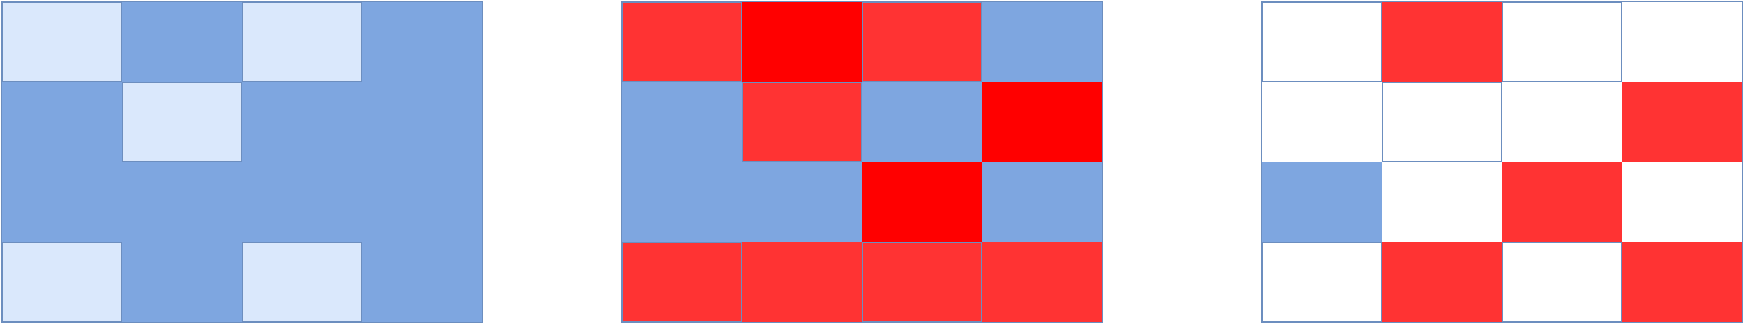
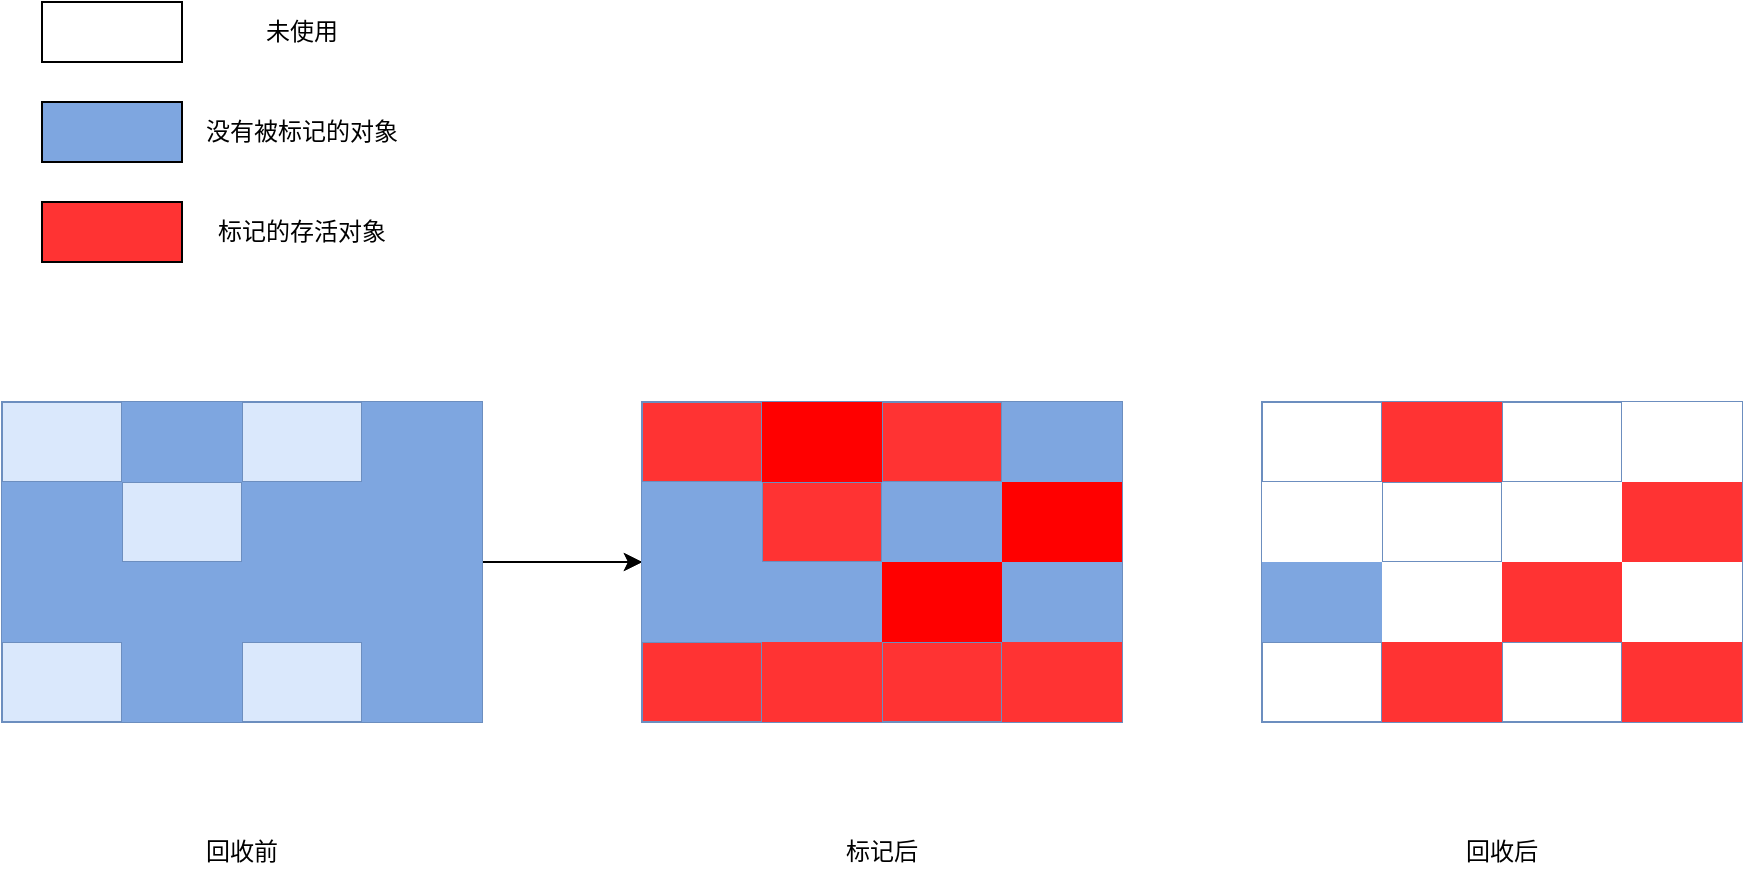
<mxfile host="app.diagrams.net">
  <diagram name="第 1 页" id="KjwoS0nl-4T4S8qi5VqI">
    <mxGraphModel dx="1022" dy="564" grid="1" gridSize="10" guides="1" tooltips="1" connect="1" arrows="1" fold="1" page="1" pageScale="1" pageWidth="2339" pageHeight="3300" math="0" shadow="0">
      <root>
        <mxCell id="0" />
        <mxCell id="1" parent="0" />
-         <mxCell id="a1P1gnmAWIE9Nsn7RV_F-14" parent="1" style="shape=table;startSize=0;container=1;collapsible=0;childLayout=tableLayout;fixedHeader=1;fillColor=#dae8fc;strokeColor=#6c8ebf;" value="" vertex="1">
-           <mxGeometry height="160" width="240" x="70" y="140" as="geometry" />
+         <mxCell id="xHLp9EJjgWM7njGDPcVA-3" edge="1" parent="1" source="a1P1gnmAWIE9Nsn7RV_F-14" style="edgeStyle=orthogonalEdgeStyle;rounded=0;orthogonalLoop=1;jettySize=auto;html=1;" target="xHLp9EJjgWM7njGDPcVA-2" value="">
+           <mxGeometry relative="1" as="geometry" />
+         </mxCell>
+         <mxCell id="xHLp9EJjgWM7njGDPcVA-5" edge="1" parent="1" source="a1P1gnmAWIE9Nsn7RV_F-14" style="edgeStyle=orthogonalEdgeStyle;rounded=0;orthogonalLoop=1;jettySize=auto;html=1;" target="xHLp9EJjgWM7njGDPcVA-4" value="">
+           <mxGeometry relative="1" as="geometry" />
+         </mxCell>
+         <mxCell id="xHLp9EJjgWM7njGDPcVA-7" edge="1" parent="1" source="a1P1gnmAWIE9Nsn7RV_F-14" style="edgeStyle=orthogonalEdgeStyle;rounded=0;orthogonalLoop=1;jettySize=auto;html=1;" target="xHLp9EJjgWM7njGDPcVA-6" value="">
+           <mxGeometry relative="1" as="geometry" />
+         </mxCell>
+         <mxCell id="a1P1gnmAWIE9Nsn7RV_F-14" parent="1" style="shape=table;startSize=0;container=1;collapsible=0;childLayout=tableLayout;fixedHeader=1;fillColor=#dae8fc;strokeColor=#6c8ebf;gradientColor=none;" value="" vertex="1">
+           <mxGeometry height="160" width="240" x="70" y="250" as="geometry" />
        </mxCell>
        <mxCell id="a1P1gnmAWIE9Nsn7RV_F-15" parent="a1P1gnmAWIE9Nsn7RV_F-14" style="shape=tableRow;horizontal=0;startSize=0;swimlaneHead=0;swimlaneBody=0;strokeColor=inherit;top=0;left=0;bottom=0;right=0;collapsible=0;dropTarget=0;fillColor=none;points=[[0,0.5],[1,0.5]];portConstraint=eastwest;fixedHeader=1;" value="" vertex="1">
          <mxGeometry height="40" width="240" as="geometry" />
        </mxCell>
        <mxCell id="a1P1gnmAWIE9Nsn7RV_F-16" parent="a1P1gnmAWIE9Nsn7RV_F-15" style="shape=partialRectangle;html=1;whiteSpace=wrap;connectable=0;strokeColor=inherit;overflow=hidden;fillColor=none;top=0;left=0;bottom=0;right=0;pointerEvents=1;" value="" vertex="1">
          <mxGeometry height="40" width="60" as="geometry">
            <mxRectangle height="40" width="60" as="alternateBounds" />
          </mxGeometry>
        </mxCell>
        <mxCell id="a1P1gnmAWIE9Nsn7RV_F-17" parent="a1P1gnmAWIE9Nsn7RV_F-15" style="shape=partialRectangle;html=1;whiteSpace=wrap;connectable=0;strokeColor=inherit;overflow=hidden;fillColor=#7EA6E0;top=0;left=0;bottom=0;right=0;pointerEvents=1;" value="" vertex="1">
          <mxGeometry height="40" width="60" x="60" as="geometry">
            <mxRectangle height="40" width="60" as="alternateBounds" />
          </mxGeometry>
        </mxCell>
        <mxCell id="a1P1gnmAWIE9Nsn7RV_F-18" parent="a1P1gnmAWIE9Nsn7RV_F-15" style="shape=partialRectangle;html=1;whiteSpace=wrap;connectable=0;strokeColor=inherit;overflow=hidden;fillColor=none;top=0;left=0;bottom=0;right=0;pointerEvents=1;" value="" vertex="1">
          <mxGeometry height="40" width="60" x="120" as="geometry">
            <mxRectangle height="40" width="60" as="alternateBounds" />
          </mxGeometry>
        </mxCell>
        <mxCell id="a1P1gnmAWIE9Nsn7RV_F-19" parent="a1P1gnmAWIE9Nsn7RV_F-15" style="shape=partialRectangle;html=1;whiteSpace=wrap;connectable=0;strokeColor=inherit;overflow=hidden;fillColor=#7EA6E0;top=0;left=0;bottom=0;right=0;pointerEvents=1;" value="" vertex="1">
          <mxGeometry height="40" width="60" x="180" as="geometry">
            <mxRectangle height="40" width="60" as="alternateBounds" />
          </mxGeometry>
        </mxCell>
        <mxCell id="a1P1gnmAWIE9Nsn7RV_F-20" parent="a1P1gnmAWIE9Nsn7RV_F-14" style="shape=tableRow;horizontal=0;startSize=0;swimlaneHead=0;swimlaneBody=0;strokeColor=inherit;top=0;left=0;bottom=0;right=0;collapsible=0;dropTarget=0;fillColor=none;points=[[0,0.5],[1,0.5]];portConstraint=eastwest;fixedHeader=1;" value="" vertex="1">
          <mxGeometry height="40" width="240" y="40" as="geometry" />
        </mxCell>
        <mxCell id="a1P1gnmAWIE9Nsn7RV_F-21" parent="a1P1gnmAWIE9Nsn7RV_F-20" style="shape=partialRectangle;html=1;whiteSpace=wrap;connectable=0;strokeColor=inherit;overflow=hidden;fillColor=#7EA6E0;top=0;left=0;bottom=0;right=0;pointerEvents=1;" value="" vertex="1">
          <mxGeometry height="40" width="60" as="geometry">
            <mxRectangle height="40" width="60" as="alternateBounds" />
          </mxGeometry>
        </mxCell>
        <mxCell id="a1P1gnmAWIE9Nsn7RV_F-22" parent="a1P1gnmAWIE9Nsn7RV_F-20" style="shape=partialRectangle;html=1;whiteSpace=wrap;connectable=0;strokeColor=inherit;overflow=hidden;fillColor=none;top=0;left=0;bottom=0;right=0;pointerEvents=1;" value="" vertex="1">
          <mxGeometry height="40" width="60" x="60" as="geometry">
            <mxRectangle height="40" width="60" as="alternateBounds" />
          </mxGeometry>
        </mxCell>
        <mxCell id="a1P1gnmAWIE9Nsn7RV_F-23" parent="a1P1gnmAWIE9Nsn7RV_F-20" style="shape=partialRectangle;html=1;whiteSpace=wrap;connectable=0;strokeColor=inherit;overflow=hidden;fillColor=#7EA6E0;top=0;left=0;bottom=0;right=0;pointerEvents=1;" value="" vertex="1">
          <mxGeometry height="40" width="60" x="120" as="geometry">
            <mxRectangle height="40" width="60" as="alternateBounds" />
          </mxGeometry>
        </mxCell>
        <mxCell id="a1P1gnmAWIE9Nsn7RV_F-24" parent="a1P1gnmAWIE9Nsn7RV_F-20" style="shape=partialRectangle;html=1;whiteSpace=wrap;connectable=0;strokeColor=inherit;overflow=hidden;fillColor=#7EA6E0;top=0;left=0;bottom=0;right=0;pointerEvents=1;" value="" vertex="1">
          <mxGeometry height="40" width="60" x="180" as="geometry">
            <mxRectangle height="40" width="60" as="alternateBounds" />
          </mxGeometry>
        </mxCell>
        <mxCell id="a1P1gnmAWIE9Nsn7RV_F-25" parent="a1P1gnmAWIE9Nsn7RV_F-14" style="shape=tableRow;horizontal=0;startSize=0;swimlaneHead=0;swimlaneBody=0;strokeColor=inherit;top=0;left=0;bottom=0;right=0;collapsible=0;dropTarget=0;fillColor=#7EA6E0;points=[[0,0.5],[1,0.5]];portConstraint=eastwest;fixedHeader=1;" value="" vertex="1">
          <mxGeometry height="40" width="240" y="80" as="geometry" />
        </mxCell>
        <mxCell id="a1P1gnmAWIE9Nsn7RV_F-26" parent="a1P1gnmAWIE9Nsn7RV_F-25" style="shape=partialRectangle;html=1;whiteSpace=wrap;connectable=0;strokeColor=inherit;overflow=hidden;fillColor=none;top=0;left=0;bottom=0;right=0;pointerEvents=1;" value="" vertex="1">
          <mxGeometry height="40" width="60" as="geometry">
            <mxRectangle height="40" width="60" as="alternateBounds" />
          </mxGeometry>
        </mxCell>
        <mxCell id="a1P1gnmAWIE9Nsn7RV_F-27" parent="a1P1gnmAWIE9Nsn7RV_F-25" style="shape=partialRectangle;html=1;whiteSpace=wrap;connectable=0;strokeColor=inherit;overflow=hidden;fillColor=#7EA6E0;top=0;left=0;bottom=0;right=0;pointerEvents=1;" value="" vertex="1">
          <mxGeometry height="40" width="60" x="60" as="geometry">
            <mxRectangle height="40" width="60" as="alternateBounds" />
          </mxGeometry>
        </mxCell>
        <mxCell id="a1P1gnmAWIE9Nsn7RV_F-28" parent="a1P1gnmAWIE9Nsn7RV_F-25" style="shape=partialRectangle;html=1;whiteSpace=wrap;connectable=0;strokeColor=inherit;overflow=hidden;fillColor=#7EA6E0;top=0;left=0;bottom=0;right=0;pointerEvents=1;" value="" vertex="1">
          <mxGeometry height="40" width="60" x="120" as="geometry">
            <mxRectangle height="40" width="60" as="alternateBounds" />
          </mxGeometry>
        </mxCell>
        <mxCell id="a1P1gnmAWIE9Nsn7RV_F-29" parent="a1P1gnmAWIE9Nsn7RV_F-25" style="shape=partialRectangle;html=1;whiteSpace=wrap;connectable=0;strokeColor=inherit;overflow=hidden;fillColor=#7EA6E0;top=0;left=0;bottom=0;right=0;pointerEvents=1;" value="" vertex="1">
          <mxGeometry height="40" width="60" x="180" as="geometry">
            <mxRectangle height="40" width="60" as="alternateBounds" />
          </mxGeometry>
        </mxCell>
        <mxCell id="a1P1gnmAWIE9Nsn7RV_F-30" parent="a1P1gnmAWIE9Nsn7RV_F-14" style="shape=tableRow;horizontal=0;startSize=0;swimlaneHead=0;swimlaneBody=0;strokeColor=inherit;top=0;left=0;bottom=0;right=0;collapsible=0;dropTarget=0;fillColor=none;points=[[0,0.5],[1,0.5]];portConstraint=eastwest;fixedHeader=1;" value="" vertex="1">
          <mxGeometry height="40" width="240" y="120" as="geometry" />
        </mxCell>
        <mxCell id="a1P1gnmAWIE9Nsn7RV_F-31" parent="a1P1gnmAWIE9Nsn7RV_F-30" style="shape=partialRectangle;html=1;whiteSpace=wrap;connectable=0;strokeColor=inherit;overflow=hidden;fillColor=none;top=0;left=0;bottom=0;right=0;pointerEvents=1;" value="" vertex="1">
          <mxGeometry height="40" width="60" as="geometry">
            <mxRectangle height="40" width="60" as="alternateBounds" />
          </mxGeometry>
        </mxCell>
        <mxCell id="a1P1gnmAWIE9Nsn7RV_F-32" parent="a1P1gnmAWIE9Nsn7RV_F-30" style="shape=partialRectangle;html=1;whiteSpace=wrap;connectable=0;strokeColor=inherit;overflow=hidden;fillColor=#7EA6E0;top=0;left=0;bottom=0;right=0;pointerEvents=1;" value="" vertex="1">
          <mxGeometry height="40" width="60" x="60" as="geometry">
            <mxRectangle height="40" width="60" as="alternateBounds" />
          </mxGeometry>
        </mxCell>
        <mxCell id="a1P1gnmAWIE9Nsn7RV_F-33" parent="a1P1gnmAWIE9Nsn7RV_F-30" style="shape=partialRectangle;html=1;whiteSpace=wrap;connectable=0;strokeColor=inherit;overflow=hidden;fillColor=none;top=0;left=0;bottom=0;right=0;pointerEvents=1;" value="" vertex="1">
          <mxGeometry height="40" width="60" x="120" as="geometry">
            <mxRectangle height="40" width="60" as="alternateBounds" />
          </mxGeometry>
        </mxCell>
        <mxCell id="a1P1gnmAWIE9Nsn7RV_F-34" parent="a1P1gnmAWIE9Nsn7RV_F-30" style="shape=partialRectangle;html=1;whiteSpace=wrap;connectable=0;strokeColor=inherit;overflow=hidden;fillColor=#7EA6E0;top=0;left=0;bottom=0;right=0;pointerEvents=1;" value="" vertex="1">
          <mxGeometry height="40" width="60" x="180" as="geometry">
            <mxRectangle height="40" width="60" as="alternateBounds" />
          </mxGeometry>
        </mxCell>
        <mxCell id="a1P1gnmAWIE9Nsn7RV_F-35" parent="1" style="shape=table;startSize=0;container=1;collapsible=0;childLayout=tableLayout;fixedHeader=1;fillColor=#FF3333;strokeColor=#6c8ebf;" value="" vertex="1">
-           <mxGeometry height="160" width="240" x="380" y="140" as="geometry" />
+           <mxGeometry height="160" width="240" x="390" y="250" as="geometry" />
        </mxCell>
        <mxCell id="a1P1gnmAWIE9Nsn7RV_F-36" parent="a1P1gnmAWIE9Nsn7RV_F-35" style="shape=tableRow;horizontal=0;startSize=0;swimlaneHead=0;swimlaneBody=0;strokeColor=inherit;top=0;left=0;bottom=0;right=0;collapsible=0;dropTarget=0;fillColor=none;points=[[0,0.5],[1,0.5]];portConstraint=eastwest;fixedHeader=1;" value="" vertex="1">
          <mxGeometry height="40" width="240" as="geometry" />
        </mxCell>
        <mxCell id="a1P1gnmAWIE9Nsn7RV_F-37" parent="a1P1gnmAWIE9Nsn7RV_F-36" style="shape=partialRectangle;html=1;whiteSpace=wrap;connectable=0;strokeColor=inherit;overflow=hidden;fillColor=none;top=0;left=0;bottom=0;right=0;pointerEvents=1;" value="" vertex="1">
          <mxGeometry height="40" width="60" as="geometry">
            <mxRectangle height="40" width="60" as="alternateBounds" />
          </mxGeometry>
        </mxCell>
        <mxCell id="a1P1gnmAWIE9Nsn7RV_F-38" parent="a1P1gnmAWIE9Nsn7RV_F-36" style="shape=partialRectangle;html=1;whiteSpace=wrap;connectable=0;strokeColor=inherit;overflow=hidden;fillColor=#FF0000;top=0;left=0;bottom=0;right=0;pointerEvents=1;" value="" vertex="1">
          <mxGeometry height="40" width="60" x="60" as="geometry">
            <mxRectangle height="40" width="60" as="alternateBounds" />
          </mxGeometry>
        </mxCell>
        <mxCell id="a1P1gnmAWIE9Nsn7RV_F-39" parent="a1P1gnmAWIE9Nsn7RV_F-36" style="shape=partialRectangle;html=1;whiteSpace=wrap;connectable=0;strokeColor=inherit;overflow=hidden;fillColor=none;top=0;left=0;bottom=0;right=0;pointerEvents=1;" value="" vertex="1">
          <mxGeometry height="40" width="60" x="120" as="geometry">
            <mxRectangle height="40" width="60" as="alternateBounds" />
          </mxGeometry>
        </mxCell>
        <mxCell id="a1P1gnmAWIE9Nsn7RV_F-40" parent="a1P1gnmAWIE9Nsn7RV_F-36" style="shape=partialRectangle;html=1;whiteSpace=wrap;connectable=0;strokeColor=inherit;overflow=hidden;fillColor=#7EA6E0;top=0;left=0;bottom=0;right=0;pointerEvents=1;" value="" vertex="1">
          <mxGeometry height="40" width="60" x="180" as="geometry">
            <mxRectangle height="40" width="60" as="alternateBounds" />
          </mxGeometry>
        </mxCell>
        <mxCell id="a1P1gnmAWIE9Nsn7RV_F-41" parent="a1P1gnmAWIE9Nsn7RV_F-35" style="shape=tableRow;horizontal=0;startSize=0;swimlaneHead=0;swimlaneBody=0;strokeColor=inherit;top=0;left=0;bottom=0;right=0;collapsible=0;dropTarget=0;fillColor=none;points=[[0,0.5],[1,0.5]];portConstraint=eastwest;fixedHeader=1;" value="" vertex="1">
          <mxGeometry height="40" width="240" y="40" as="geometry" />
        </mxCell>
        <mxCell id="a1P1gnmAWIE9Nsn7RV_F-42" parent="a1P1gnmAWIE9Nsn7RV_F-41" style="shape=partialRectangle;html=1;whiteSpace=wrap;connectable=0;strokeColor=inherit;overflow=hidden;fillColor=#7EA6E0;top=0;left=0;bottom=0;right=0;pointerEvents=1;" value="" vertex="1">
          <mxGeometry height="40" width="60" as="geometry">
            <mxRectangle height="40" width="60" as="alternateBounds" />
          </mxGeometry>
        </mxCell>
        <mxCell id="a1P1gnmAWIE9Nsn7RV_F-43" parent="a1P1gnmAWIE9Nsn7RV_F-41" style="shape=partialRectangle;html=1;whiteSpace=wrap;connectable=0;strokeColor=inherit;overflow=hidden;fillColor=none;top=0;left=0;bottom=0;right=0;pointerEvents=1;" value="" vertex="1">
          <mxGeometry height="40" width="60" x="60" as="geometry">
            <mxRectangle height="40" width="60" as="alternateBounds" />
          </mxGeometry>
        </mxCell>
        <mxCell id="a1P1gnmAWIE9Nsn7RV_F-44" parent="a1P1gnmAWIE9Nsn7RV_F-41" style="shape=partialRectangle;html=1;whiteSpace=wrap;connectable=0;strokeColor=inherit;overflow=hidden;fillColor=#7EA6E0;top=0;left=0;bottom=0;right=0;pointerEvents=1;" value="" vertex="1">
          <mxGeometry height="40" width="60" x="120" as="geometry">
            <mxRectangle height="40" width="60" as="alternateBounds" />
          </mxGeometry>
        </mxCell>
        <mxCell id="a1P1gnmAWIE9Nsn7RV_F-45" parent="a1P1gnmAWIE9Nsn7RV_F-41" style="shape=partialRectangle;html=1;whiteSpace=wrap;connectable=0;strokeColor=inherit;overflow=hidden;fillColor=#FF0000;top=0;left=0;bottom=0;right=0;pointerEvents=1;" value="" vertex="1">
          <mxGeometry height="40" width="60" x="180" as="geometry">
            <mxRectangle height="40" width="60" as="alternateBounds" />
          </mxGeometry>
        </mxCell>
        <mxCell id="a1P1gnmAWIE9Nsn7RV_F-46" parent="a1P1gnmAWIE9Nsn7RV_F-35" style="shape=tableRow;horizontal=0;startSize=0;swimlaneHead=0;swimlaneBody=0;strokeColor=inherit;top=0;left=0;bottom=0;right=0;collapsible=0;dropTarget=0;fillColor=#7EA6E0;points=[[0,0.5],[1,0.5]];portConstraint=eastwest;fixedHeader=1;" value="" vertex="1">
          <mxGeometry height="40" width="240" y="80" as="geometry" />
        </mxCell>
        <mxCell id="a1P1gnmAWIE9Nsn7RV_F-47" parent="a1P1gnmAWIE9Nsn7RV_F-46" style="shape=partialRectangle;html=1;whiteSpace=wrap;connectable=0;strokeColor=inherit;overflow=hidden;fillColor=none;top=0;left=0;bottom=0;right=0;pointerEvents=1;" value="" vertex="1">
          <mxGeometry height="40" width="60" as="geometry">
            <mxRectangle height="40" width="60" as="alternateBounds" />
          </mxGeometry>
        </mxCell>
        <mxCell id="a1P1gnmAWIE9Nsn7RV_F-48" parent="a1P1gnmAWIE9Nsn7RV_F-46" style="shape=partialRectangle;html=1;whiteSpace=wrap;connectable=0;strokeColor=inherit;overflow=hidden;fillColor=#7EA6E0;top=0;left=0;bottom=0;right=0;pointerEvents=1;" value="" vertex="1">
          <mxGeometry height="40" width="60" x="60" as="geometry">
            <mxRectangle height="40" width="60" as="alternateBounds" />
          </mxGeometry>
        </mxCell>
        <mxCell id="a1P1gnmAWIE9Nsn7RV_F-49" parent="a1P1gnmAWIE9Nsn7RV_F-46" style="shape=partialRectangle;html=1;whiteSpace=wrap;connectable=0;strokeColor=inherit;overflow=hidden;fillColor=#FF0000;top=0;left=0;bottom=0;right=0;pointerEvents=1;" value="" vertex="1">
          <mxGeometry height="40" width="60" x="120" as="geometry">
            <mxRectangle height="40" width="60" as="alternateBounds" />
          </mxGeometry>
        </mxCell>
        <mxCell id="a1P1gnmAWIE9Nsn7RV_F-50" parent="a1P1gnmAWIE9Nsn7RV_F-46" style="shape=partialRectangle;html=1;whiteSpace=wrap;connectable=0;strokeColor=inherit;overflow=hidden;fillColor=#7EA6E0;top=0;left=0;bottom=0;right=0;pointerEvents=1;" value="" vertex="1">
          <mxGeometry height="40" width="60" x="180" as="geometry">
            <mxRectangle height="40" width="60" as="alternateBounds" />
          </mxGeometry>
        </mxCell>
+         <mxCell id="xHLp9EJjgWM7njGDPcVA-2" parent="a1P1gnmAWIE9Nsn7RV_F-46" style="shape=singleArrow;whiteSpace=wrap;html=1;arrowWidth=0.4;arrowSize=0.4;fillColor=#dae8fc;strokeColor=#6c8ebf;startSize=0;" value="" vertex="1">
+           <mxGeometry height="40" width="NaN" x="240" as="geometry">
+             <mxRectangle height="40" width="NaN" as="alternateBounds" />
+           </mxGeometry>
+         </mxCell>
+         <mxCell id="xHLp9EJjgWM7njGDPcVA-4" parent="a1P1gnmAWIE9Nsn7RV_F-46" style="shape=singleArrow;whiteSpace=wrap;html=1;arrowWidth=0.4;arrowSize=0.4;fillColor=#dae8fc;strokeColor=#6c8ebf;startSize=0;" value="" vertex="1">
+           <mxGeometry height="40" width="NaN" as="geometry">
+             <mxRectangle height="40" width="NaN" as="alternateBounds" />
+           </mxGeometry>
+         </mxCell>
+         <mxCell id="xHLp9EJjgWM7njGDPcVA-6" parent="a1P1gnmAWIE9Nsn7RV_F-46" style="shape=singleArrow;whiteSpace=wrap;html=1;arrowWidth=0.4;arrowSize=0.4;fillColor=#dae8fc;strokeColor=#6c8ebf;startSize=0;" value="" vertex="1">
+           <mxGeometry height="40" width="NaN" as="geometry">
+             <mxRectangle height="40" width="NaN" as="alternateBounds" />
+           </mxGeometry>
+         </mxCell>
        <mxCell id="a1P1gnmAWIE9Nsn7RV_F-51" parent="a1P1gnmAWIE9Nsn7RV_F-35" style="shape=tableRow;horizontal=0;startSize=0;swimlaneHead=0;swimlaneBody=0;strokeColor=inherit;top=0;left=0;bottom=0;right=0;collapsible=0;dropTarget=0;fillColor=none;points=[[0,0.5],[1,0.5]];portConstraint=eastwest;fixedHeader=1;" value="" vertex="1">
          <mxGeometry height="40" width="240" y="120" as="geometry" />
        </mxCell>
        <mxCell id="a1P1gnmAWIE9Nsn7RV_F-52" parent="a1P1gnmAWIE9Nsn7RV_F-51" style="shape=partialRectangle;html=1;whiteSpace=wrap;connectable=0;strokeColor=inherit;overflow=hidden;fillColor=none;top=0;left=0;bottom=0;right=0;pointerEvents=1;" value="" vertex="1">
          <mxGeometry height="40" width="60" as="geometry">
            <mxRectangle height="40" width="60" as="alternateBounds" />
          </mxGeometry>
        </mxCell>
        <mxCell id="a1P1gnmAWIE9Nsn7RV_F-53" parent="a1P1gnmAWIE9Nsn7RV_F-51" style="shape=partialRectangle;html=1;whiteSpace=wrap;connectable=0;strokeColor=inherit;overflow=hidden;fillColor=#FF3333;top=0;left=0;bottom=0;right=0;pointerEvents=1;" value="" vertex="1">
          <mxGeometry height="40" width="60" x="60" as="geometry">
            <mxRectangle height="40" width="60" as="alternateBounds" />
          </mxGeometry>
        </mxCell>
        <mxCell id="a1P1gnmAWIE9Nsn7RV_F-54" parent="a1P1gnmAWIE9Nsn7RV_F-51" style="shape=partialRectangle;html=1;whiteSpace=wrap;connectable=0;strokeColor=inherit;overflow=hidden;fillColor=none;top=0;left=0;bottom=0;right=0;pointerEvents=1;" value="" vertex="1">
          <mxGeometry height="40" width="60" x="120" as="geometry">
            <mxRectangle height="40" width="60" as="alternateBounds" />
          </mxGeometry>
        </mxCell>
        <mxCell id="a1P1gnmAWIE9Nsn7RV_F-55" parent="a1P1gnmAWIE9Nsn7RV_F-51" style="shape=partialRectangle;html=1;whiteSpace=wrap;connectable=0;strokeColor=inherit;overflow=hidden;fillColor=#FF3333;top=0;left=0;bottom=0;right=0;pointerEvents=1;" value="" vertex="1">
          <mxGeometry height="40" width="60" x="180" as="geometry">
            <mxRectangle height="40" width="60" as="alternateBounds" />
          </mxGeometry>
        </mxCell>
        <mxCell id="a1P1gnmAWIE9Nsn7RV_F-56" parent="1" style="shape=table;startSize=0;container=1;collapsible=0;childLayout=tableLayout;fixedHeader=1;fillColor=#FFFFFF;strokeColor=#6c8ebf;" value="" vertex="1">
-           <mxGeometry height="160" width="240" x="700" y="140" as="geometry" />
+           <mxGeometry height="160" width="240" x="700" y="250" as="geometry" />
        </mxCell>
        <mxCell id="a1P1gnmAWIE9Nsn7RV_F-57" parent="a1P1gnmAWIE9Nsn7RV_F-56" style="shape=tableRow;horizontal=0;startSize=0;swimlaneHead=0;swimlaneBody=0;strokeColor=inherit;top=0;left=0;bottom=0;right=0;collapsible=0;dropTarget=0;fillColor=none;points=[[0,0.5],[1,0.5]];portConstraint=eastwest;fixedHeader=1;" value="" vertex="1">
          <mxGeometry height="40" width="240" as="geometry" />
        </mxCell>
        <mxCell id="a1P1gnmAWIE9Nsn7RV_F-58" parent="a1P1gnmAWIE9Nsn7RV_F-57" style="shape=partialRectangle;html=1;whiteSpace=wrap;connectable=0;strokeColor=inherit;overflow=hidden;fillColor=none;top=0;left=0;bottom=0;right=0;pointerEvents=1;" value="" vertex="1">
          <mxGeometry height="40" width="60" as="geometry">
            <mxRectangle height="40" width="60" as="alternateBounds" />
          </mxGeometry>
        </mxCell>
        <mxCell id="a1P1gnmAWIE9Nsn7RV_F-59" parent="a1P1gnmAWIE9Nsn7RV_F-57" style="shape=partialRectangle;html=1;whiteSpace=wrap;connectable=0;strokeColor=inherit;overflow=hidden;fillColor=#FF3333;top=0;left=0;bottom=0;right=0;pointerEvents=1;" value="" vertex="1">
          <mxGeometry height="40" width="60" x="60" as="geometry">
            <mxRectangle height="40" width="60" as="alternateBounds" />
          </mxGeometry>
        </mxCell>
        <mxCell id="a1P1gnmAWIE9Nsn7RV_F-60" parent="a1P1gnmAWIE9Nsn7RV_F-57" style="shape=partialRectangle;html=1;whiteSpace=wrap;connectable=0;strokeColor=inherit;overflow=hidden;fillColor=none;top=0;left=0;bottom=0;right=0;pointerEvents=1;" value="" vertex="1">
          <mxGeometry height="40" width="60" x="120" as="geometry">
            <mxRectangle height="40" width="60" as="alternateBounds" />
          </mxGeometry>
        </mxCell>
        <mxCell id="a1P1gnmAWIE9Nsn7RV_F-61" parent="a1P1gnmAWIE9Nsn7RV_F-57" style="shape=partialRectangle;html=1;whiteSpace=wrap;connectable=0;strokeColor=inherit;overflow=hidden;fillColor=#FFFFFF;top=0;left=0;bottom=0;right=0;pointerEvents=1;" value="" vertex="1">
          <mxGeometry height="40" width="60" x="180" as="geometry">
            <mxRectangle height="40" width="60" as="alternateBounds" />
          </mxGeometry>
        </mxCell>
        <mxCell id="a1P1gnmAWIE9Nsn7RV_F-62" parent="a1P1gnmAWIE9Nsn7RV_F-56" style="shape=tableRow;horizontal=0;startSize=0;swimlaneHead=0;swimlaneBody=0;strokeColor=inherit;top=0;left=0;bottom=0;right=0;collapsible=0;dropTarget=0;fillColor=none;points=[[0,0.5],[1,0.5]];portConstraint=eastwest;fixedHeader=1;" value="" vertex="1">
          <mxGeometry height="40" width="240" y="40" as="geometry" />
        </mxCell>
        <mxCell id="a1P1gnmAWIE9Nsn7RV_F-63" parent="a1P1gnmAWIE9Nsn7RV_F-62" style="shape=partialRectangle;html=1;whiteSpace=wrap;connectable=0;strokeColor=inherit;overflow=hidden;fillColor=#FFFFFF;top=0;left=0;bottom=0;right=0;pointerEvents=1;" value="" vertex="1">
          <mxGeometry height="40" width="60" as="geometry">
            <mxRectangle height="40" width="60" as="alternateBounds" />
          </mxGeometry>
        </mxCell>
        <mxCell id="a1P1gnmAWIE9Nsn7RV_F-64" parent="a1P1gnmAWIE9Nsn7RV_F-62" style="shape=partialRectangle;html=1;whiteSpace=wrap;connectable=0;strokeColor=inherit;overflow=hidden;fillColor=none;top=0;left=0;bottom=0;right=0;pointerEvents=1;" value="" vertex="1">
          <mxGeometry height="40" width="60" x="60" as="geometry">
            <mxRectangle height="40" width="60" as="alternateBounds" />
          </mxGeometry>
        </mxCell>
        <mxCell id="a1P1gnmAWIE9Nsn7RV_F-65" parent="a1P1gnmAWIE9Nsn7RV_F-62" style="shape=partialRectangle;html=1;whiteSpace=wrap;connectable=0;strokeColor=inherit;overflow=hidden;fillColor=#FFFFFF;top=0;left=0;bottom=0;right=0;pointerEvents=1;" value="" vertex="1">
          <mxGeometry height="40" width="60" x="120" as="geometry">
            <mxRectangle height="40" width="60" as="alternateBounds" />
          </mxGeometry>
        </mxCell>
        <mxCell id="a1P1gnmAWIE9Nsn7RV_F-66" parent="a1P1gnmAWIE9Nsn7RV_F-62" style="shape=partialRectangle;html=1;whiteSpace=wrap;connectable=0;strokeColor=inherit;overflow=hidden;fillColor=#FF3333;top=0;left=0;bottom=0;right=0;pointerEvents=1;" value="" vertex="1">
          <mxGeometry height="40" width="60" x="180" as="geometry">
            <mxRectangle height="40" width="60" as="alternateBounds" />
          </mxGeometry>
        </mxCell>
        <mxCell id="a1P1gnmAWIE9Nsn7RV_F-67" parent="a1P1gnmAWIE9Nsn7RV_F-56" style="shape=tableRow;horizontal=0;startSize=0;swimlaneHead=0;swimlaneBody=0;strokeColor=inherit;top=0;left=0;bottom=0;right=0;collapsible=0;dropTarget=0;fillColor=#7EA6E0;points=[[0,0.5],[1,0.5]];portConstraint=eastwest;fixedHeader=1;" value="" vertex="1">
          <mxGeometry height="40" width="240" y="80" as="geometry" />
        </mxCell>
        <mxCell id="a1P1gnmAWIE9Nsn7RV_F-68" parent="a1P1gnmAWIE9Nsn7RV_F-67" style="shape=partialRectangle;html=1;whiteSpace=wrap;connectable=0;strokeColor=inherit;overflow=hidden;fillColor=none;top=0;left=0;bottom=0;right=0;pointerEvents=1;" value="" vertex="1">
          <mxGeometry height="40" width="60" as="geometry">
            <mxRectangle height="40" width="60" as="alternateBounds" />
          </mxGeometry>
        </mxCell>
        <mxCell id="a1P1gnmAWIE9Nsn7RV_F-69" parent="a1P1gnmAWIE9Nsn7RV_F-67" style="shape=partialRectangle;html=1;whiteSpace=wrap;connectable=0;strokeColor=inherit;overflow=hidden;fillColor=#FFFFFF;top=0;left=0;bottom=0;right=0;pointerEvents=1;" value="" vertex="1">
          <mxGeometry height="40" width="60" x="60" as="geometry">
            <mxRectangle height="40" width="60" as="alternateBounds" />
          </mxGeometry>
        </mxCell>
        <mxCell id="a1P1gnmAWIE9Nsn7RV_F-70" parent="a1P1gnmAWIE9Nsn7RV_F-67" style="shape=partialRectangle;html=1;whiteSpace=wrap;connectable=0;strokeColor=inherit;overflow=hidden;fillColor=#FF3333;top=0;left=0;bottom=0;right=0;pointerEvents=1;" value="" vertex="1">
          <mxGeometry height="40" width="60" x="120" as="geometry">
            <mxRectangle height="40" width="60" as="alternateBounds" />
          </mxGeometry>
        </mxCell>
        <mxCell id="a1P1gnmAWIE9Nsn7RV_F-71" parent="a1P1gnmAWIE9Nsn7RV_F-67" style="shape=partialRectangle;html=1;whiteSpace=wrap;connectable=0;strokeColor=inherit;overflow=hidden;fillColor=#FFFFFF;top=0;left=0;bottom=0;right=0;pointerEvents=1;" value="" vertex="1">
          <mxGeometry height="40" width="60" x="180" as="geometry">
            <mxRectangle height="40" width="60" as="alternateBounds" />
          </mxGeometry>
        </mxCell>
        <mxCell id="a1P1gnmAWIE9Nsn7RV_F-72" parent="a1P1gnmAWIE9Nsn7RV_F-56" style="shape=tableRow;horizontal=0;startSize=0;swimlaneHead=0;swimlaneBody=0;strokeColor=inherit;top=0;left=0;bottom=0;right=0;collapsible=0;dropTarget=0;fillColor=none;points=[[0,0.5],[1,0.5]];portConstraint=eastwest;fixedHeader=1;" value="" vertex="1">
          <mxGeometry height="40" width="240" y="120" as="geometry" />
        </mxCell>
        <mxCell id="a1P1gnmAWIE9Nsn7RV_F-73" parent="a1P1gnmAWIE9Nsn7RV_F-72" style="shape=partialRectangle;html=1;whiteSpace=wrap;connectable=0;strokeColor=inherit;overflow=hidden;fillColor=none;top=0;left=0;bottom=0;right=0;pointerEvents=1;" value="" vertex="1">
          <mxGeometry height="40" width="60" as="geometry">
            <mxRectangle height="40" width="60" as="alternateBounds" />
          </mxGeometry>
        </mxCell>
        <mxCell id="a1P1gnmAWIE9Nsn7RV_F-74" parent="a1P1gnmAWIE9Nsn7RV_F-72" style="shape=partialRectangle;html=1;whiteSpace=wrap;connectable=0;strokeColor=inherit;overflow=hidden;fillColor=#FF3333;top=0;left=0;bottom=0;right=0;pointerEvents=1;" value="" vertex="1">
          <mxGeometry height="40" width="60" x="60" as="geometry">
            <mxRectangle height="40" width="60" as="alternateBounds" />
          </mxGeometry>
        </mxCell>
        <mxCell id="a1P1gnmAWIE9Nsn7RV_F-75" parent="a1P1gnmAWIE9Nsn7RV_F-72" style="shape=partialRectangle;html=1;whiteSpace=wrap;connectable=0;strokeColor=inherit;overflow=hidden;fillColor=none;top=0;left=0;bottom=0;right=0;pointerEvents=1;" value="" vertex="1">
          <mxGeometry height="40" width="60" x="120" as="geometry">
            <mxRectangle height="40" width="60" as="alternateBounds" />
          </mxGeometry>
        </mxCell>
        <mxCell id="a1P1gnmAWIE9Nsn7RV_F-76" parent="a1P1gnmAWIE9Nsn7RV_F-72" style="shape=partialRectangle;html=1;whiteSpace=wrap;connectable=0;strokeColor=inherit;overflow=hidden;fillColor=#FF3333;top=0;left=0;bottom=0;right=0;pointerEvents=1;" value="" vertex="1">
          <mxGeometry height="40" width="60" x="180" as="geometry">
            <mxRectangle height="40" width="60" as="alternateBounds" />
          </mxGeometry>
+         </mxCell>
+         <mxCell id="xHLp9EJjgWM7njGDPcVA-11" parent="1" style="rounded=0;whiteSpace=wrap;html=1;" value="" vertex="1">
+           <mxGeometry height="30" width="70" x="90" y="50" as="geometry" />
+         </mxCell>
+         <mxCell id="xHLp9EJjgWM7njGDPcVA-12" parent="1" style="rounded=0;whiteSpace=wrap;html=1;fillColor=#7EA6E0;" value="" vertex="1">
+           <mxGeometry height="30" width="70" x="90" y="100" as="geometry" />
+         </mxCell>
+         <mxCell id="xHLp9EJjgWM7njGDPcVA-13" parent="1" style="rounded=0;whiteSpace=wrap;html=1;fillColor=#FF3333;" value="" vertex="1">
+           <mxGeometry height="30" width="70" x="90" y="150" as="geometry" />
+         </mxCell>
+         <mxCell id="xHLp9EJjgWM7njGDPcVA-14" parent="1" style="text;html=1;whiteSpace=wrap;strokeColor=none;fillColor=none;align=center;verticalAlign=middle;rounded=0;" value="未使用" vertex="1">
+           <mxGeometry height="30" width="60" x="190" y="50" as="geometry" />
+         </mxCell>
+         <mxCell id="xHLp9EJjgWM7njGDPcVA-16" parent="1" style="text;html=1;whiteSpace=wrap;strokeColor=none;fillColor=none;align=center;verticalAlign=middle;rounded=0;" value="没有被标记的对象" vertex="1">
+           <mxGeometry height="20" width="100" x="170" y="105" as="geometry" />
+         </mxCell>
+         <mxCell id="xHLp9EJjgWM7njGDPcVA-17" parent="1" style="text;html=1;whiteSpace=wrap;strokeColor=none;fillColor=none;align=center;verticalAlign=middle;rounded=0;" value="标记的存活对象" vertex="1">
+           <mxGeometry height="20" width="100" x="170" y="155" as="geometry" />
+         </mxCell>
+         <mxCell id="xHLp9EJjgWM7njGDPcVA-19" parent="1" style="text;html=1;whiteSpace=wrap;strokeColor=none;fillColor=none;align=center;verticalAlign=middle;rounded=0;" value="回收前" vertex="1">
+           <mxGeometry height="30" width="60" x="160" y="460" as="geometry" />
+         </mxCell>
+         <mxCell id="xHLp9EJjgWM7njGDPcVA-20" parent="1" style="text;html=1;whiteSpace=wrap;strokeColor=none;fillColor=none;align=center;verticalAlign=middle;rounded=0;" value="标记后" vertex="1">
+           <mxGeometry height="30" width="60" x="480" y="460" as="geometry" />
+         </mxCell>
+         <mxCell id="xHLp9EJjgWM7njGDPcVA-21" parent="1" style="text;html=1;whiteSpace=wrap;strokeColor=none;fillColor=none;align=center;verticalAlign=middle;rounded=0;" value="回收后" vertex="1">
+           <mxGeometry height="30" width="60" x="790" y="460" as="geometry" />
        </mxCell>
      </root>
    </mxGraphModel>
  </diagram>
</mxfile>
